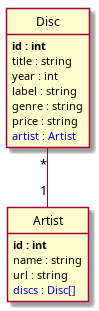
Above: symfony/puml/index.png in fcaumartin/DIW25053 (PlantUML), before the change. Its source is kept beside it as symfony/puml/index.puml. Source of this version:
```plantuml
@startuml
class Disc {
	**id : int**
	title : string
	year : int
	label : string
	genre : string
	price : string
	<color:#0000dd>artist : Artist</color>
}

class Artist {
	**id : int**
	name : string
	url : string
	<color:#0000dd>discs : Disc[]</color>
}

Disc "*"--"1" Artist


hide methods

hide circle

@enduml
```
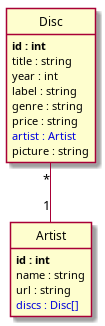
The same diagram one commit later.

Change to the diagram source:
```diff
@@ -7,6 +7,7 @@
 	genre : string
 	price : string
 	<color:#0000dd>artist : Artist</color>
+	picture : string
 }
 
 class Artist {
```
